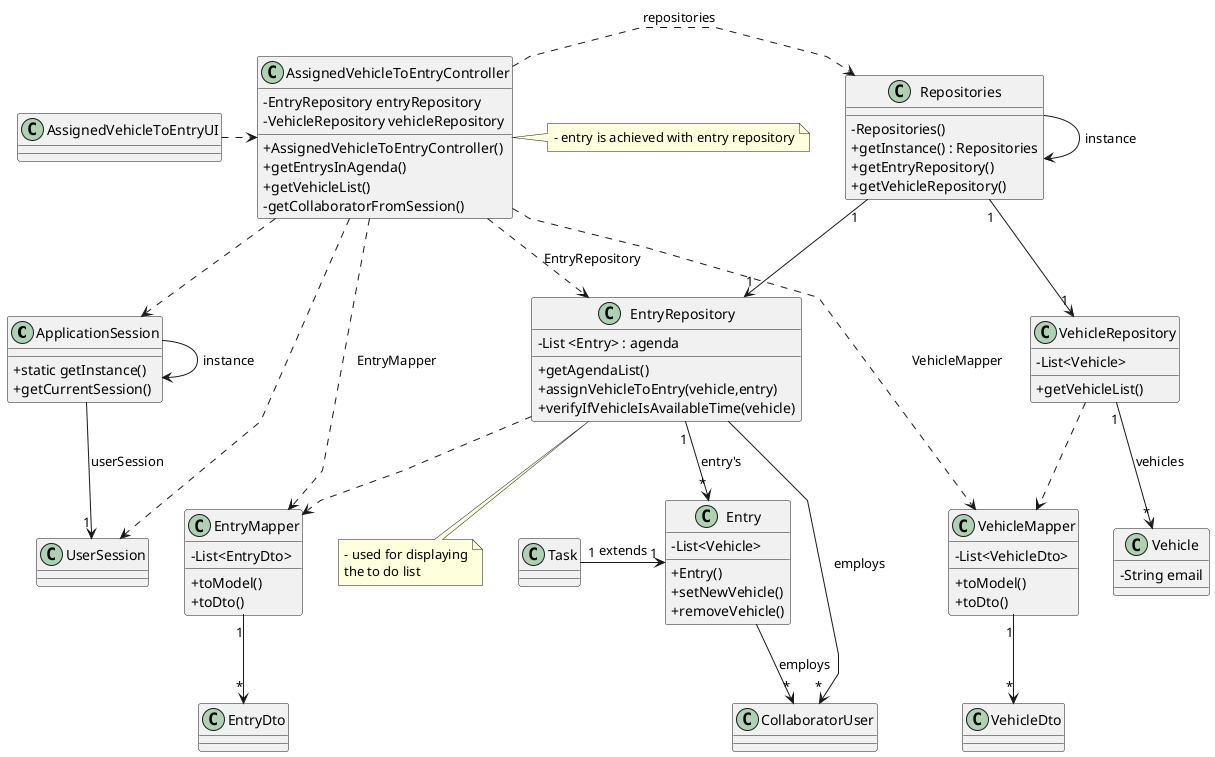
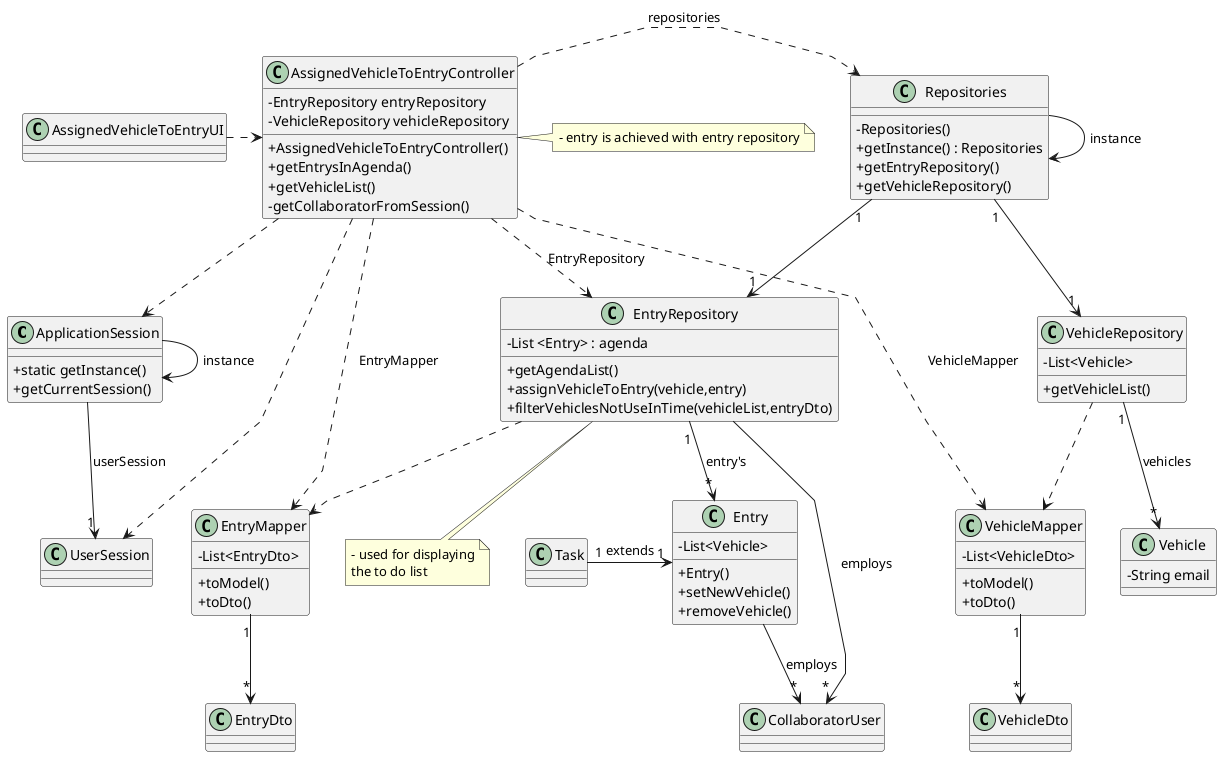
@startuml
'skinparam monochrome true
skinparam packageStyle rectangle
skinparam shadowing false
skinparam linetype polyline
'skinparam linetype orto

skinparam classAttributeIconSize 0

'left to right direction

class ApplicationSession{
    + static getInstance()
    + getCurrentSession()
}

class UserSession{
}

class CollaboratorUser {
}


class Entry {
    - List<Vehicle>
    + Entry()
    + setNewVehicle()
    + removeVehicle()
}

class Task{
}


class EntryRepository {
    - List <Entry> : agenda

    + getAgendaList()
    + assignVehicleToEntry(vehicle,entry)
-     + verifyIfVehicleIsAvailableTime(vehicle)
+     + filterVehiclesNotUseInTime(vehicleList,entryDto)
}

class VehicleRepository{
    - List<Vehicle>

    + getVehicleList()
}

class Vehicle {
    - String email
}


class Repositories {
    - Repositories()
    + getInstance() : Repositories
    + getEntryRepository()
    + getVehicleRepository()
}

class AssignedVehicleToEntryController {
    - EntryRepository entryRepository
    - VehicleRepository vehicleRepository
    + AssignedVehicleToEntryController()
    + getEntrysInAgenda()
    + getVehicleList()
    - getCollaboratorFromSession()
}

class EntryMapper{
    - List<EntryDto>
    + toModel()
    + toDto()
}

class EntryDto{
}

class VehicleMapper{
    - List<VehicleDto>
    + toModel()
    + toDto()
}

class VehicleDto{
}


note right of AssignedVehicleToEntryController
    - entry is achieved with entry repository
end note

note bottom of EntryRepository
    - used for displaying
    the to do list
end note

class AssignedVehicleToEntryUI {
}

Repositories -> Repositories : instance
ApplicationSession -> ApplicationSession : instance

AssignedVehicleToEntryUI .> AssignedVehicleToEntryController

AssignedVehicleToEntryController .> Repositories : repositories
Repositories "1" --> "1" EntryRepository
Repositories "1" --> "1" VehicleRepository

AssignedVehicleToEntryController ..> EntryRepository : EntryRepository
AssignedVehicleToEntryController ..> EntryMapper : EntryMapper
AssignedVehicleToEntryController ..> VehicleMapper : VehicleMapper

EntryMapper "1" --> "*" EntryDto

VehicleRepository "1" --> "*" Vehicle : vehicles

ApplicationSession --> "1" UserSession : userSession
AssignedVehicleToEntryController ..> ApplicationSession
AssignedVehicleToEntryController ..> UserSession
EntryRepository "1" --> "*" Entry : entry's
EntryRepository --> "*" CollaboratorUser : employs
EntryRepository ..> EntryMapper
VehicleRepository ..> VehicleMapper

VehicleMapper "1" --> "*" VehicleDto

Entry --> "*" CollaboratorUser : employs
Task "1" -> "1" Entry : extends


@enduml